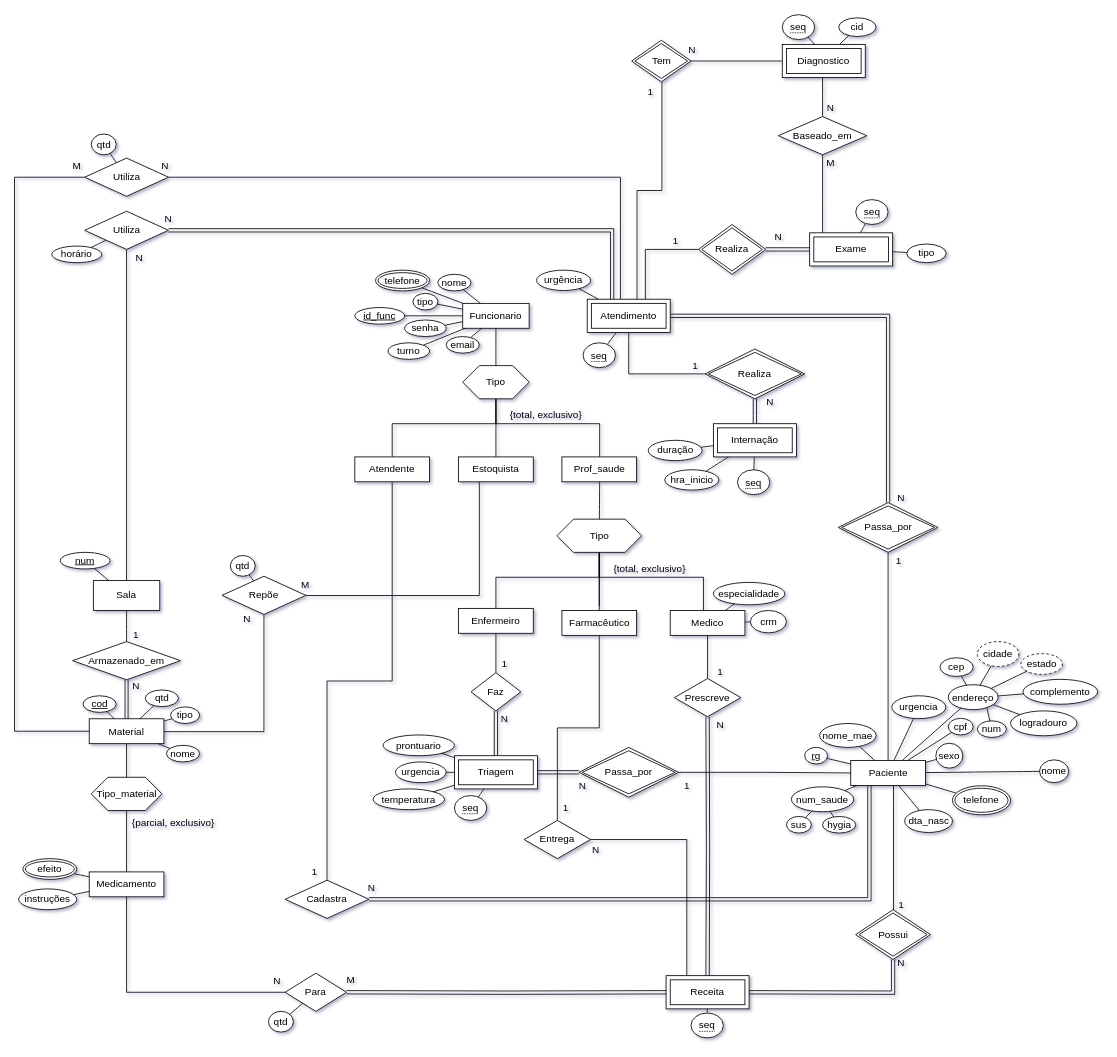
bingulo/bd1 keeps this draw.io diagram as mer/der.drawio. Above is the earlier version. Source tidied: cells renumbered, new cells numbered last; positions are measured from the earlier drawing's top-left corner, leaving out a move shared by most shapes. Both pictures are drawn from the tidied source at 83%, with x=0, y=0 at pixel (14, 14).
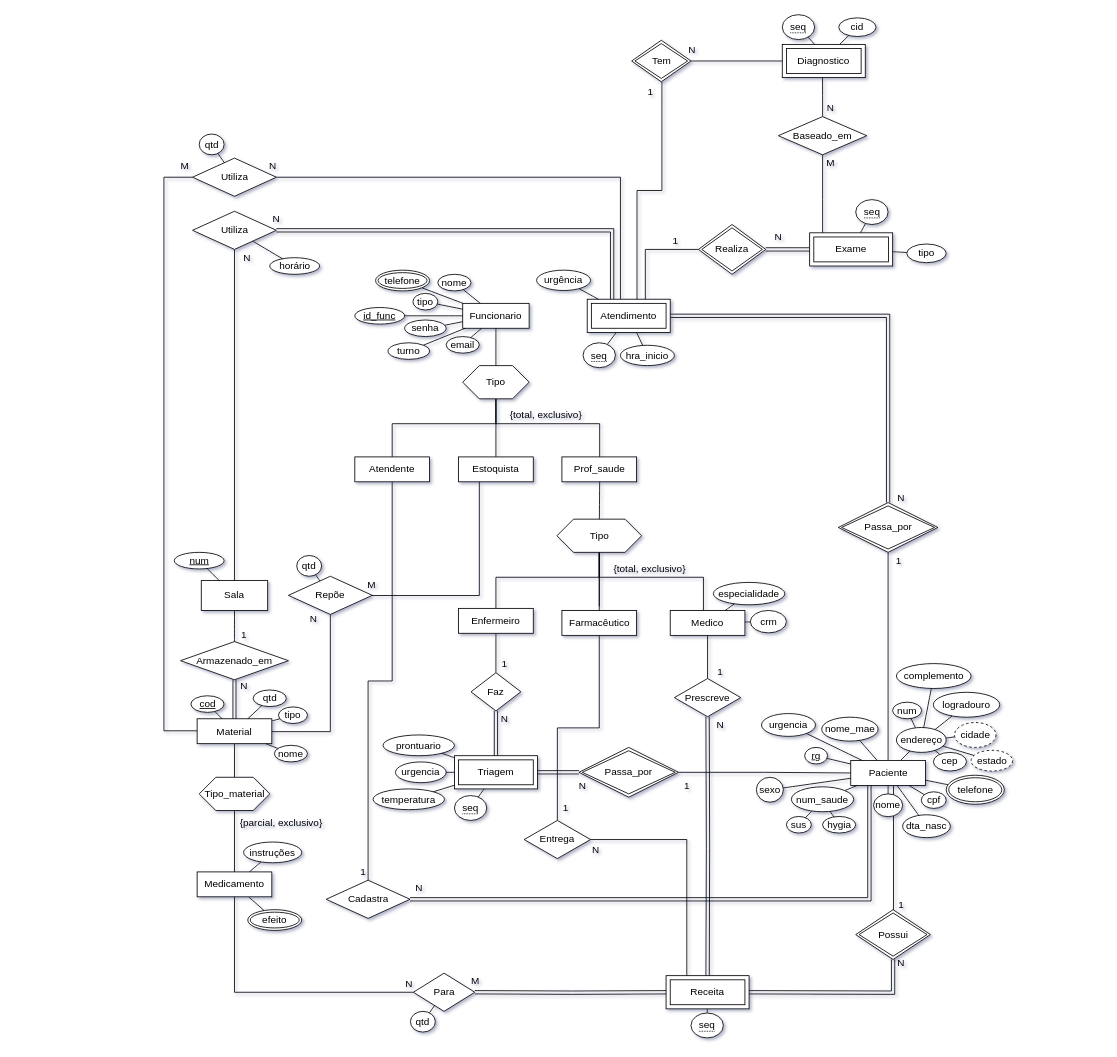
The same diagram, later.

Commit message (it also covers changes not shown here):
atualizado DER

The change refers to these unchanged cells:
```xml
<mxCell id="120" value="Atendimento" style="shape=ext;margin=3;double=1;whiteSpace=wrap;html=1;align=center;" parent="1" vertex="1">
  <mxGeometry x="690" y="343" width="100" height="40" as="geometry" />
</mxCell>
```

Diff of the diagram source:
```diff
@@
     <mxCell id="7" value="Sala" style="rounded=0;arcSize=10;whiteSpace=wrap;html=1;align=center;" parent="1" vertex="1">
-      <mxGeometry x="95" y="682" width="80" height="36" as="geometry" />
+      <mxGeometry x="225" y="682" width="80" height="36" as="geometry" />
     </mxCell>
@@
     <mxCell id="9" value="Material" style="rounded=0;arcSize=10;whiteSpace=wrap;html=1;align=center;" parent="1" vertex="1">
-      <mxGeometry x="90" y="848.5" width="90" height="30" as="geometry" />
+      <mxGeometry x="220" y="848.5" width="90" height="30" as="geometry" />
     </mxCell>
     <mxCell id="10" value="&lt;u&gt;num&lt;/u&gt;" style="ellipse;whiteSpace=wrap;html=1;align=center;rounded=0;" parent="1" vertex="1">
-      <mxGeometry x="55" y="648" width="60" height="20" as="geometry" />
+      <mxGeometry x="192.5" y="648" width="60" height="20" as="geometry" />
     </mxCell>
@@
     <mxCell id="12" value="&lt;u&gt;cod&lt;/u&gt;" style="ellipse;whiteSpace=wrap;html=1;align=center;rounded=0;" parent="1" vertex="1">
-      <mxGeometry x="82.5" y="820.8" width="40" height="20" as="geometry" />
+      <mxGeometry x="212.5" y="820.8" width="40" height="20" as="geometry" />
     </mxCell>
@@
     <mxCell id="14" value="qtd" style="ellipse;whiteSpace=wrap;html=1;align=center;rounded=0;" parent="1" vertex="1">
-      <mxGeometry x="157.5" y="813.8" width="40" height="20" as="geometry" />
+      <mxGeometry x="287.5" y="813.8" width="40" height="20" as="geometry" />
     </mxCell>
     <mxCell id="15" value="&lt;div&gt;nome&lt;/div&gt;" style="ellipse;whiteSpace=wrap;html=1;align=center;rounded=0;" parent="1" vertex="1">
-      <mxGeometry x="183" y="880.5" width="40" height="20" as="geometry" />
+      <mxGeometry x="313" y="880.5" width="40" height="20" as="geometry" />
     </mxCell>
@@
     <mxCell id="30" value="&lt;div&gt;nome&lt;/div&gt;" style="ellipse;whiteSpace=wrap;html=1;align=center;rounded=0;" parent="1" vertex="1">
-      <mxGeometry x="1235" y="898" width="35" height="27.5" as="geometry" />
+      <mxGeometry x="1035" y="939" width="35" height="27.5" as="geometry" />
     </mxCell>
     <mxCell id="31" value="dta_nasc" style="ellipse;whiteSpace=wrap;html=1;align=center;rounded=0;" parent="1" vertex="1">
-      <mxGeometry x="1072.5" y="958" width="57.5" height="27.5" as="geometry" />
+      <mxGeometry x="1070" y="964.2" width="57.5" height="27.5" as="geometry" />
     </mxCell>
@@
     <mxCell id="34" value="endereço" style="ellipse;whiteSpace=wrap;html=1;align=center;rounded=0;" parent="1" vertex="1">
-      <mxGeometry x="1125" y="807.5" width="60" height="30" as="geometry" />
+      <mxGeometry x="1062.5" y="859" width="60" height="30" as="geometry" />
     </mxCell>
     <mxCell id="35" value="&lt;div&gt;cep&lt;/div&gt;" style="ellipse;whiteSpace=wrap;html=1;align=center;rounded=0;" parent="1" vertex="1">
-      <mxGeometry x="1115" y="775" width="40" height="22.5" as="geometry" />
+      <mxGeometry x="1107" y="889" width="40" height="22.5" as="geometry" />
     </mxCell>
     <mxCell id="36" value="sexo" style="ellipse;whiteSpace=wrap;html=1;align=center;rounded=0;" parent="1" vertex="1">
-      <mxGeometry x="1110" y="878" width="32.5" height="30" as="geometry" />
+      <mxGeometry x="893.8" y="919" width="32.5" height="30" as="geometry" />
     </mxCell>
@@
     <mxCell id="43" value="cidade" style="ellipse;whiteSpace=wrap;html=1;align=center;dashed=1;rounded=0;" parent="1" vertex="1">
-      <mxGeometry x="1160" y="755.5" width="50" height="30" as="geometry" />
+      <mxGeometry x="1132.5" y="853" width="50" height="30" as="geometry" />
     </mxCell>
@@
     <mxCell id="45" value="estado" style="ellipse;whiteSpace=wrap;html=1;align=center;dashed=1;rounded=0;" parent="1" vertex="1">
-      <mxGeometry x="1212.5" y="770" width="50" height="25" as="geometry" />
+      <mxGeometry x="1152.5" y="886.5" width="50" height="25" as="geometry" />
     </mxCell>
@@
     <mxCell id="48" value="logradouro" style="ellipse;whiteSpace=wrap;html=1;align=center;rounded=0;" parent="1" vertex="1">
-      <mxGeometry x="1200" y="839" width="80" height="30" as="geometry" />
+      <mxGeometry x="1107" y="816.6" width="80" height="30" as="geometry" />
     </mxCell>
     <mxCell id="49" value="num" style="ellipse;whiteSpace=wrap;html=1;align=center;rounded=0;" parent="1" vertex="1">
-      <mxGeometry x="1160" y="851" width="35" height="20" as="geometry" />
+      <mxGeometry x="1057.9" y="828.5" width="35" height="20" as="geometry" />
     </mxCell>
-    <mxCell id="50" style="endArrow=none;html=1;rounded=0;strokeWidth=1;exitX=0.774;exitY=0.919;exitDx=0;exitDy=0;exitPerimeter=0;curved=1;" parent="1" edge="1" source="34" target="49">
+    <mxCell id="50" style="endArrow=none;html=1;rounded=0;strokeWidth=1;curved=1;" parent="1" edge="1" source="34" target="49">
       <mxGeometry relative="1" as="geometry" />
     </mxCell>
     <mxCell id="51" value="complemento" style="ellipse;whiteSpace=wrap;html=1;align=center;rounded=0;" parent="1" vertex="1">
-      <mxGeometry x="1215" y="801" width="90" height="30" as="geometry" />
+      <mxGeometry x="1062.5" y="782" width="90" height="30" as="geometry" />
     </mxCell>
@@
     <mxCell id="57" value="nome_mae" style="ellipse;whiteSpace=wrap;html=1;align=center;rounded=0;" parent="1" vertex="1">
-      <mxGeometry x="970" y="854.2" width="68" height="28.8" as="geometry" />
+      <mxGeometry x="972.5" y="846.6" width="68" height="28.8" as="geometry" />
     </mxCell>
@@
     <mxCell id="61" value="telefone" style="ellipse;shape=doubleEllipse;margin=3;whiteSpace=wrap;html=1;align=center;rounded=0;" parent="1" vertex="1">
-      <mxGeometry x="1130" y="929.2" width="70" height="35" as="geometry" />
+      <mxGeometry x="1122.5" y="916.5" width="70" height="35" as="geometry" />
     </mxCell>
     <mxCell id="62" value="tipo" style="ellipse;whiteSpace=wrap;html=1;align=center;rounded=0;" parent="1" vertex="1">
-      <mxGeometry x="188" y="834.2" width="35" height="20" as="geometry" />
+      <mxGeometry x="318" y="834.2" width="35" height="20" as="geometry" />
     </mxCell>
@@
     <mxCell id="64" value="Armazenado_em" style="shape=rhombus;perimeter=rhombusPerimeter;whiteSpace=wrap;html=1;align=center;rounded=0;" parent="1" vertex="1">
-      <mxGeometry x="70" y="755.5" width="130" height="46" as="geometry" />
+      <mxGeometry x="200" y="755.5" width="130" height="46" as="geometry" />
     </mxCell>
@@
     <mxCell id="70" value="efeito" style="ellipse;shape=doubleEllipse;margin=3;whiteSpace=wrap;html=1;align=center;rounded=0;" parent="1" vertex="1">
-      <mxGeometry x="10" y="1017" width="65" height="25" as="geometry" />
+      <mxGeometry x="281" y="1078.5" width="65" height="25" as="geometry" />
     </mxCell>
     <mxCell id="71" value="instruções" style="ellipse;whiteSpace=wrap;html=1;align=center;rounded=0;" parent="1" vertex="1">
-      <mxGeometry x="5" y="1053.5" width="70" height="25" as="geometry" />
+      <mxGeometry x="276" y="997" width="70" height="25" as="geometry" />
     </mxCell>
@@
     <mxCell id="73" value="urgencia" style="ellipse;whiteSpace=wrap;html=1;align=center;rounded=0;" parent="1" vertex="1">
-      <mxGeometry x="1057" y="820.8" width="65" height="27.5" as="geometry" />
+      <mxGeometry x="900" y="842.2" width="65" height="27.5" as="geometry" />
     </mxCell>
@@
     <mxCell id="75" value="cpf" style="ellipse;whiteSpace=wrap;html=1;align=center;rounded=0;" parent="1" vertex="1">
-      <mxGeometry x="1125" y="848" width="30" height="20" as="geometry" />
+      <mxGeometry x="1092.5" y="936.5" width="30" height="20" as="geometry" />
     </mxCell>
@@
     <mxCell id="122" style="edgeStyle=orthogonalEdgeStyle;rounded=0;jettySize=auto;html=1;startArrow=none;startFill=0;endArrow=none;endFill=0;strokeWidth=1;" parent="1" edge="1" source="123" target="9">
       <mxGeometry relative="1" as="geometry">
         <Array as="points">
-          <mxPoint x="301" y="864" />
+          <mxPoint x="381" y="864" />
         </Array>
       </mxGeometry>
     </mxCell>
     <mxCell id="123" value="Repõe" style="shape=rhombus;perimeter=rhombusPerimeter;whiteSpace=wrap;html=1;align=center;rounded=0;" parent="1" vertex="1">
-      <mxGeometry x="250" y="676.8" width="101" height="46" as="geometry" />
+      <mxGeometry x="330" y="676.8" width="101" height="46" as="geometry" />
     </mxCell>
     <mxCell id="124" value="horário" style="ellipse;whiteSpace=wrap;html=1;align=center;rounded=0;" parent="1" vertex="1">
-      <mxGeometry x="45" y="279" width="60" height="20" as="geometry" />
+      <mxGeometry x="307.5" y="293" width="60" height="20" as="geometry" />
     </mxCell>
@@
     <mxCell id="127" value="Cadastra" style="shape=rhombus;perimeter=rhombusPerimeter;whiteSpace=wrap;html=1;align=center;rounded=0;" parent="1" vertex="1">
-      <mxGeometry x="326" y="1043" width="101" height="46" as="geometry" />
+      <mxGeometry x="375.5" y="1043" width="101" height="46" as="geometry" />
     </mxCell>
     <mxCell id="128" value="1" style="text;html=1;align=center;verticalAlign=middle;strokeColor=none;fillColor=none;" parent="1" vertex="1">
-      <mxGeometry x="351" y="1023" width="20" height="20" as="geometry" />
+      <mxGeometry x="410" y="1023" width="20" height="20" as="geometry" />
     </mxCell>
     <mxCell id="129" value="N" style="text;html=1;align=center;verticalAlign=middle;strokeColor=none;fillColor=none;" parent="1" vertex="1">
-      <mxGeometry x="420" y="1043" width="20" height="20" as="geometry" />
+      <mxGeometry x="477" y="1042" width="20" height="20" as="geometry" />
     </mxCell>
@@
     <mxCell id="135" value="Medicamento" style="rounded=0;arcSize=10;whiteSpace=wrap;html=1;align=center;" parent="1" vertex="1">
-      <mxGeometry x="90" y="1033" width="90" height="30" as="geometry" />
+      <mxGeometry x="220" y="1033" width="90" height="30" as="geometry" />
     </mxCell>
@@
     <mxCell id="137" value="Tipo_material" style="shape=hexagon;perimeter=hexagonPerimeter2;whiteSpace=wrap;html=1;fixedSize=1;rounded=0;" parent="1" vertex="1">
-      <mxGeometry x="92.5" y="919" width="85" height="40" as="geometry" />
+      <mxGeometry x="222.5" y="919" width="85" height="40" as="geometry" />
     </mxCell>
@@
     <mxCell id="143" value="Para" style="shape=rhombus;perimeter=rhombusPerimeter;whiteSpace=wrap;html=1;align=center;rounded=0;" parent="1" vertex="1">
-      <mxGeometry x="326" y="1155" width="74" height="46" as="geometry" />
+      <mxGeometry x="480.5" y="1155" width="74" height="46" as="geometry" />
     </mxCell>
     <mxCell id="144" value="N" style="text;html=1;align=center;verticalAlign=middle;strokeColor=none;fillColor=none;" parent="1" vertex="1">
-      <mxGeometry x="306" y="1155" width="20" height="20" as="geometry" />
+      <mxGeometry x="465" y="1158" width="20" height="20" as="geometry" />
     </mxCell>
     <mxCell id="145" value="M" style="text;html=1;align=center;verticalAlign=middle;strokeColor=none;fillColor=none;" parent="1" vertex="1">
-      <mxGeometry x="390" y="1153" width="30" height="20" as="geometry" />
+      <mxGeometry x="540" y="1155" width="30" height="20" as="geometry" />
     </mxCell>
     <mxCell id="146" value="qtd" style="ellipse;whiteSpace=wrap;html=1;align=center;rounded=0;" parent="1" vertex="1">
-      <mxGeometry x="306" y="1201" width="30" height="25" as="geometry" />
+      <mxGeometry x="477" y="1201" width="30" height="25" as="geometry" />
     </mxCell>
@@
     <mxCell id="151" value="Utiliza" style="shape=rhombus;perimeter=rhombusPerimeter;whiteSpace=wrap;html=1;align=center;rounded=0;" parent="1" vertex="1">
-      <mxGeometry x="84.5" y="237" width="101" height="46" as="geometry" />
+      <mxGeometry x="214.5" y="237" width="101" height="46" as="geometry" />
     </mxCell>
@@
     <mxCell id="155" value="N" style="text;html=1;align=center;verticalAlign=middle;strokeColor=none;fillColor=none;" parent="1" vertex="1">
-      <mxGeometry x="140" y="283" width="20" height="20" as="geometry" />
+      <mxGeometry x="270" y="283" width="20" height="20" as="geometry" />
     </mxCell>
     <mxCell id="156" value="N" style="text;html=1;align=center;verticalAlign=middle;strokeColor=none;fillColor=none;" parent="1" vertex="1">
-      <mxGeometry x="175" y="237" width="20" height="20" as="geometry" />
+      <mxGeometry x="305" y="237" width="20" height="20" as="geometry" />
     </mxCell>
     <mxCell id="157" style="edgeStyle=orthogonalEdgeStyle;rounded=0;jettySize=auto;html=1;startArrow=none;startFill=0;endArrow=none;endFill=0;strokeWidth=1;" parent="1" edge="1" source="158" target="9">
       <mxGeometry relative="1" as="geometry">
         <Array as="points">
-          <mxPoint y="196" />
-          <mxPoint y="863.5" />
+          <mxPoint x="180" y="196" />
+          <mxPoint x="180" y="863" />
         </Array>
       </mxGeometry>
     </mxCell>
     <mxCell id="158" value="Utiliza" style="shape=rhombus;perimeter=rhombusPerimeter;whiteSpace=wrap;html=1;align=center;rounded=0;" parent="1" vertex="1">
-      <mxGeometry x="84.5" y="173" width="101" height="46" as="geometry" />
+      <mxGeometry x="214.5" y="173" width="101" height="46" as="geometry" />
     </mxCell>
     <mxCell id="159" value="N" style="text;html=1;align=center;verticalAlign=middle;strokeColor=none;fillColor=none;" parent="1" vertex="1">
-      <mxGeometry x="171" y="173" width="20" height="20" as="geometry" />
+      <mxGeometry x="301" y="173" width="20" height="20" as="geometry" />
     </mxCell>
     <mxCell id="160" value="M" style="text;html=1;align=center;verticalAlign=middle;strokeColor=none;fillColor=none;" parent="1" vertex="1">
-      <mxGeometry x="60" y="173" width="30" height="20" as="geometry" />
+      <mxGeometry x="190" y="173" width="30" height="20" as="geometry" />
     </mxCell>
@@
     <mxCell id="191" value="qtd" style="ellipse;whiteSpace=wrap;html=1;align=center;rounded=0;" parent="1" vertex="1">
-      <mxGeometry x="92.5" y="144" width="30" height="25" as="geometry" />
+      <mxGeometry x="222.5" y="144" width="30" height="25" as="geometry" />
     </mxCell>
@@
     <mxCell id="193" value="qtd" style="ellipse;whiteSpace=wrap;html=1;align=center;rounded=0;" parent="1" vertex="1">
-      <mxGeometry x="260" y="651.8" width="30" height="25" as="geometry" />
+      <mxGeometry x="340" y="651.8" width="30" height="25" as="geometry" />
     </mxCell>
@@
     <mxCell id="195" value="N" style="text;html=1;align=center;verticalAlign=middle;strokeColor=none;fillColor=none;" parent="1" vertex="1">
-      <mxGeometry x="270" y="718" width="20" height="20" as="geometry" />
+      <mxGeometry x="350" y="718" width="20" height="20" as="geometry" />
     </mxCell>
     <mxCell id="196" value="M" style="text;html=1;align=center;verticalAlign=middle;strokeColor=none;fillColor=none;" parent="1" vertex="1">
-      <mxGeometry x="335" y="678" width="30" height="20" as="geometry" />
+      <mxGeometry x="415" y="678" width="30" height="20" as="geometry" />
     </mxCell>
     <mxCell id="197" value="{parcial, exclusivo}" style="text;html=1;align=center;verticalAlign=middle;strokeColor=none;fillColor=none;" parent="1" vertex="1">
-      <mxGeometry x="136" y="964.2" width="110" height="20" as="geometry" />
+      <mxGeometry x="266" y="964.2" width="110" height="20" as="geometry" />
     </mxCell>
-    <mxCell id="198" style="edgeStyle=orthogonalEdgeStyle;curved=0;rounded=1;sketch=0;jettySize=auto;html=1;endArrow=none;endFill=0;shape=link;" parent="1" edge="1" source="199" target="207">
-      <mxGeometry relative="1" as="geometry" />
-    </mxCell>
-    <mxCell id="199" value="Internação" style="shape=ext;margin=3;double=1;whiteSpace=wrap;html=1;align=center;" parent="1" vertex="1">
-      <mxGeometry x="842" y="493" width="100" height="40" as="geometry" />
-    </mxCell>
@@
-    <mxCell id="202" value="duração" style="ellipse;whiteSpace=wrap;html=1;align=center;rounded=0;" parent="1" vertex="1">
-      <mxGeometry x="763.5" y="513" width="65" height="24.5" as="geometry" />
-    </mxCell>
-    <mxCell id="203" style="endArrow=none;html=1;rounded=0;strokeWidth=1;curved=1;" parent="1" edge="1" source="199" target="202">
-      <mxGeometry relative="1" as="geometry" />
-    </mxCell>
-    <mxCell id="204" value="hra_inicio" style="ellipse;whiteSpace=wrap;html=1;align=center;rounded=0;" parent="1" vertex="1">
-      <mxGeometry x="783.5" y="548.5" width="65" height="24.5" as="geometry" />
-    </mxCell>
-    <mxCell id="205" style="endArrow=none;html=1;rounded=0;strokeWidth=1;curved=1;" parent="1" edge="1" source="204" target="199">
-      <mxGeometry relative="1" as="geometry" />
-    </mxCell>
-    <mxCell id="206" style="edgeStyle=orthogonalEdgeStyle;rounded=0;sketch=0;jettySize=auto;html=1;endArrow=none;endFill=0;" parent="1" edge="1" source="207" target="120">
-      <mxGeometry relative="1" as="geometry" />
-    </mxCell>
-    <mxCell id="207" value="Realiza" style="shape=rhombus;double=1;perimeter=rhombusPerimeter;whiteSpace=wrap;html=1;align=center;" parent="1" vertex="1">
-      <mxGeometry x="832" y="403" width="120" height="60" as="geometry" />
-    </mxCell>
-    <mxCell id="208" value="1" style="text;html=1;align=center;verticalAlign=middle;strokeColor=none;fillColor=none;" parent="1" vertex="1">
-      <mxGeometry x="810" y="413" width="20" height="20" as="geometry" />
-    </mxCell>
-    <mxCell id="209" value="N" style="text;html=1;align=center;verticalAlign=middle;strokeColor=none;fillColor=none;" parent="1" vertex="1">
-      <mxGeometry x="900" y="457" width="20" height="20" as="geometry" />
-    </mxCell>
-    <mxCell id="210" style="endArrow=none;html=1;rounded=0;strokeWidth=1;curved=1;" parent="1" edge="1" source="199" target="216">
-      <mxGeometry relative="1" as="geometry" />
-    </mxCell>
@@
-    <mxCell id="216" value="&lt;span style=&quot;border-bottom: 1px dotted&quot;&gt;seq&lt;/span&gt;" style="ellipse;whiteSpace=wrap;html=1;align=center;rounded=0;sketch=0;" parent="1" vertex="1">
-      <mxGeometry x="871" y="548.5" width="39" height="30" as="geometry" />
-    </mxCell>
@@
+    <mxCell id="204" value="hra_inicio" style="ellipse;whiteSpace=wrap;html=1;align=center;rounded=0;" parent="1" vertex="1">
+      <mxGeometry x="730" y="398.5" width="65" height="24.5" as="geometry" />
+    </mxCell>
+    <mxCell id="220" style="endArrow=none;html=1;rounded=0;strokeWidth=1;curved=1;" parent="1" edge="1" source="120" target="204">
+      <mxGeometry relative="1" as="geometry" />
+    </mxCell>
```
